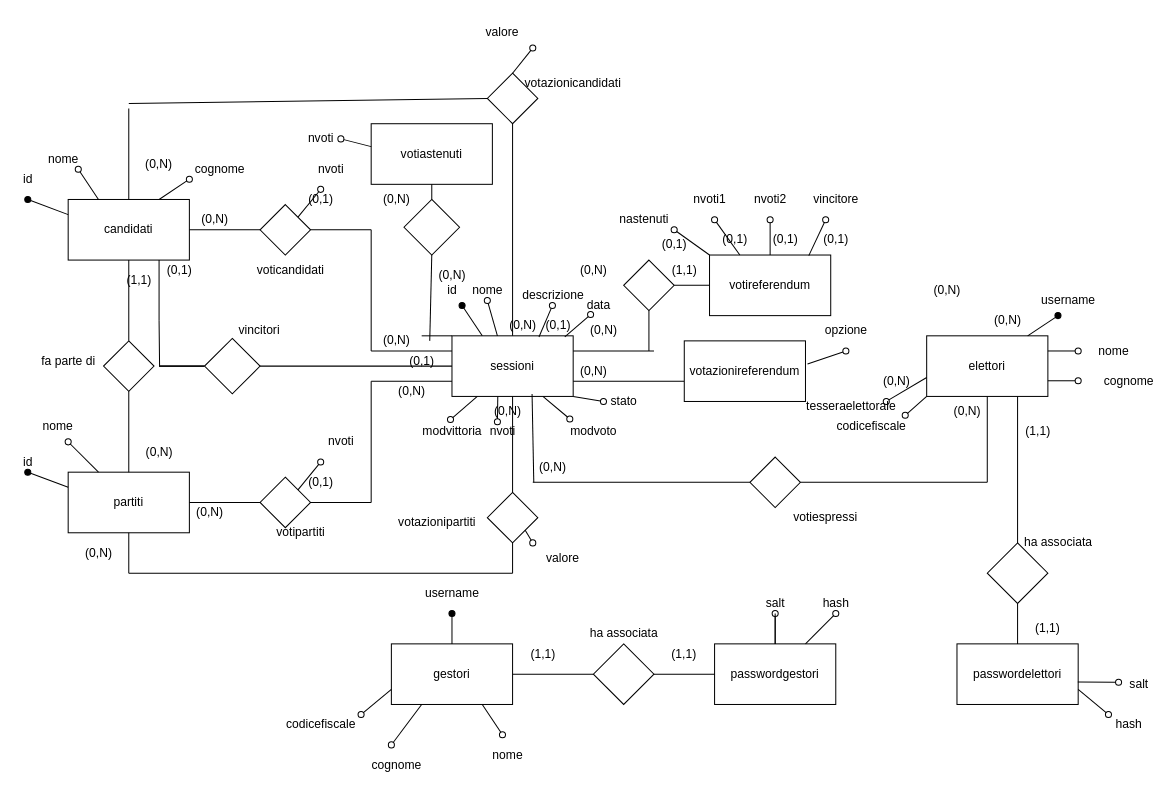
Before: docs/database/Scherma ER.drawio in gbrsni/votoElettronico, a draw.io diagram. Source tidied: cells renumbered, new cells numbered last; positions are measured from the earlier drawing's top-left corner, leaving out a move shared by most shapes. Both pictures are drawn from the tidied source at 101%, with x=0, y=0 at pixel (17, 17).
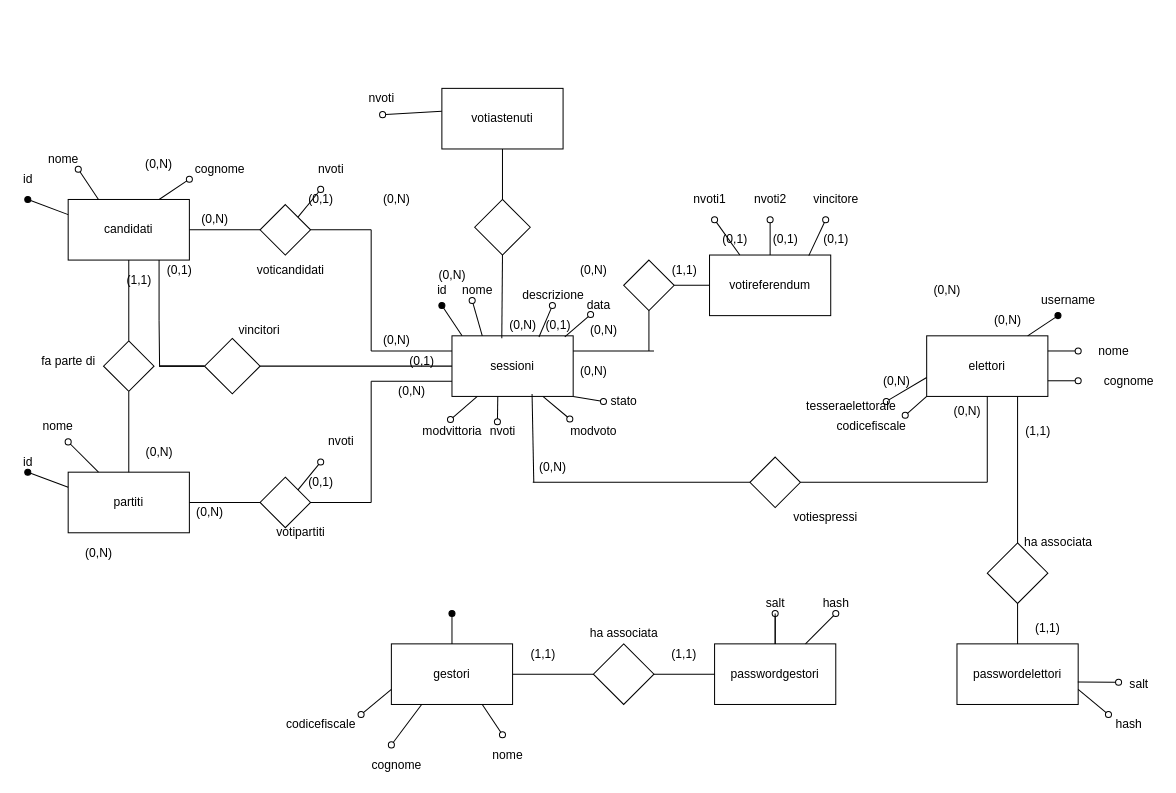
The same page after the edit.

Commit message:
rimozione tabelle votazioni

The change refers to these unchanged cells:
```xml
<mxCell id="2" value="candidati" style="rounded=0;whiteSpace=wrap;html=1;" parent="1" vertex="1">
  <mxGeometry x="50" y="180" width="120" height="60" as="geometry" />
</mxCell>
<mxCell id="3" value="partiti" style="rounded=0;whiteSpace=wrap;html=1;" parent="1" vertex="1">
  <mxGeometry x="50" y="450" width="120" height="60" as="geometry" />
</mxCell>
<mxCell id="23" value="sessioni" style="rounded=0;whiteSpace=wrap;html=1;" parent="1" vertex="1">
  <mxGeometry x="430" y="315" width="120" height="60" as="geometry" />
</mxCell>
<mxCell id="41" value="votireferendum" style="rounded=0;whiteSpace=wrap;html=1;" parent="1" vertex="1">
  <mxGeometry x="685" y="235" width="120" height="60" as="geometry" />
</mxCell>
<mxCell id="57" value="(0,N)" style="text;html=1;align=center;verticalAlign=middle;points=[];strokeColor=none;fillColor=none;" parent="1" vertex="1">
  <mxGeometry x="480" y="295" width="40" height="20" as="geometry" />
</mxCell>
```

What changed in the source:
```diff
@@
-    <mxCell id="31" style="rhombus;whiteSpace=wrap;html=1;" parent="1" vertex="1">
-      <mxGeometry x="465" y="470" width="50" height="50" as="geometry" />
-    </mxCell>
-    <mxCell id="32" style="endArrow=none;html=1;rounded=0;entryX=0.5;entryY=1;entryDx=0;entryDy=0;" parent="1" edge="1" target="3">
-      <mxGeometry relative="1" as="geometry">
-        <mxPoint x="110" y="550" as="sourcePoint" />
-      </mxGeometry>
-    </mxCell>
-    <mxCell id="33" style="endArrow=none;html=1;rounded=0;" parent="1" edge="1">
-      <mxGeometry relative="1" as="geometry">
-        <mxPoint x="110" y="550" as="sourcePoint" />
-        <mxPoint x="490" y="550" as="targetPoint" />
-      </mxGeometry>
-    </mxCell>
-    <mxCell id="34" value="votazionipartiti" style="text;html=1;align=center;verticalAlign=middle;strokeColor=none;fillColor=none;" parent="1" vertex="1">
-      <mxGeometry x="370" y="490" width="90" height="20" as="geometry" />
-    </mxCell>
-    <mxCell id="35" style="rhombus;whiteSpace=wrap;html=1;" parent="1" vertex="1">
-      <mxGeometry x="465" y="55" width="50" height="50" as="geometry" />
-    </mxCell>
-    <mxCell id="36" style="endArrow=none;html=1;rounded=0;entryX=0.5;entryY=0;entryDx=0;entryDy=0;exitX=0.5;exitY=1;exitDx=0;exitDy=0;" parent="1" edge="1" source="35" target="23">
-      <mxGeometry relative="1" as="geometry" />
-    </mxCell>
-    <mxCell id="37" style="endArrow=none;html=1;rounded=0;entryX=0.5;entryY=1;entryDx=0;entryDy=0;" parent="1" edge="1" target="23">
-      <mxGeometry relative="1" as="geometry">
-        <mxPoint x="490" y="470" as="sourcePoint" />
-      </mxGeometry>
-    </mxCell>
-    <mxCell id="38" style="endArrow=none;html=1;rounded=0;exitX=0.5;exitY=0;exitDx=0;exitDy=0;" parent="1" edge="1" source="2">
-      <mxGeometry relative="1" as="geometry">
-        <mxPoint x="110" y="90" as="targetPoint" />
-      </mxGeometry>
-    </mxCell>
-    <mxCell id="39" style="endArrow=none;html=1;rounded=0;entryX=0.5;entryY=0;entryDx=0;entryDy=0;endFill=0;startArrow=oval;startFill=0;" parent="1" edge="1" target="35">
-      <mxGeometry relative="1" as="geometry">
-        <mxPoint x="510" y="30" as="sourcePoint" />
-      </mxGeometry>
-    </mxCell>
-    <mxCell id="40" value="valore" style="text;html=1;strokeColor=none;fillColor=none;align=center;verticalAlign=middle;whiteSpace=wrap;rounded=0;" parent="1" vertex="1">
-      <mxGeometry x="450" width="60" height="30" as="geometry" />
-    </mxCell>
@@
-    <mxCell id="86" value="username" style="text;html=1;align=center;verticalAlign=middle;strokeColor=none;fillColor=none;" parent="1" vertex="1">
-      <mxGeometry x="395" y="560" width="70" height="20" as="geometry" />
-    </mxCell>
@@
-    <mxCell id="102" style="endArrow=none;html=1;rounded=0;entryX=0;entryY=0.5;entryDx=0;entryDy=0;" parent="1" edge="1" target="35">
-      <mxGeometry relative="1" as="geometry">
-        <mxPoint x="110" y="85" as="sourcePoint" />
-      </mxGeometry>
-    </mxCell>
     <mxCell id="103" value="id" style="text;html=1;align=center;verticalAlign=middle;strokeColor=none;fillColor=none;" parent="1" vertex="1">
-      <mxGeometry x="420" y="260" width="20" height="20" as="geometry" />
+      <mxGeometry x="410" y="260" width="20" height="20" as="geometry" />
     </mxCell>
     <mxCell id="104" value="nome" style="text;html=1;align=center;verticalAlign=middle;strokeColor=none;fillColor=none;" parent="1" vertex="1">
-      <mxGeometry x="440" y="260" width="50" height="20" as="geometry" />
+      <mxGeometry x="430" y="260" width="50" height="20" as="geometry" />
     </mxCell>
@@
     <mxCell id="126" style="endArrow=oval;html=1;rounded=0;exitX=0.25;exitY=0;exitDx=0;exitDy=0;endFill=1;" parent="1" edge="1">
       <mxGeometry relative="1" as="geometry">
-        <mxPoint x="460" y="315" as="sourcePoint" />
-        <mxPoint x="440" y="285" as="targetPoint" />
+        <mxPoint x="440" y="315" as="sourcePoint" />
+        <mxPoint x="420" y="285" as="targetPoint" />
       </mxGeometry>
     </mxCell>
     <mxCell id="127" style="endArrow=oval;html=1;rounded=0;exitX=0.5;exitY=0;exitDx=0;exitDy=0;endFill=0;" parent="1" edge="1">
       <mxGeometry relative="1" as="geometry">
-        <mxPoint x="475" y="315" as="sourcePoint" />
-        <mxPoint x="465" y="280" as="targetPoint" />
+        <mxPoint x="460" y="315" as="sourcePoint" />
+        <mxPoint x="450" y="280" as="targetPoint" />
       </mxGeometry>
     </mxCell>
@@
-    <mxCell id="142" value="valore" style="text;html=1;strokeColor=none;fillColor=none;align=center;verticalAlign=middle;whiteSpace=wrap;rounded=0;" parent="1" vertex="1">
-      <mxGeometry x="510" y="520" width="60" height="30" as="geometry" />
-    </mxCell>
-    <mxCell id="143" style="endArrow=oval;html=1;rounded=0;exitX=0;exitY=0;exitDx=0;exitDy=0;startArrow=none;startFill=0;endFill=0;" parent="1" edge="1" source="41">
-      <mxGeometry relative="1" as="geometry">
-        <mxPoint x="650" y="210" as="targetPoint" />
-      </mxGeometry>
-    </mxCell>
-    <mxCell id="144" value="nastenuti&lt;br&gt;" style="text;html=1;align=center;verticalAlign=middle;strokeColor=none;fillColor=none;" parent="1" vertex="1">
-      <mxGeometry x="590" y="190" width="60" height="20" as="geometry" />
-    </mxCell>
-    <mxCell id="145" value="(0,1)" style="text;html=1;align=center;verticalAlign=middle;strokeColor=none;fillColor=none;" parent="1" vertex="1">
-      <mxGeometry x="630" y="215" width="40" height="20" as="geometry" />
-    </mxCell>
     <mxCell id="146" value="votiastenuti" style="rounded=0;whiteSpace=wrap;html=1;" parent="1" vertex="1">
-      <mxGeometry x="350" y="105" width="120" height="60" as="geometry" />
+      <mxGeometry x="420" y="70" width="120" height="60" as="geometry" />
     </mxCell>
     <mxCell id="147" style="rhombus;whiteSpace=wrap;html=1;" parent="1" vertex="1">
-      <mxGeometry x="382.5" y="180" width="55" height="55" as="geometry" />
+      <mxGeometry x="452.5" y="180" width="55" height="55" as="geometry" />
     </mxCell>
-    <mxCell id="148" style="endArrow=none;html=1;rounded=0;exitX=0;exitY=0;exitDx=0;exitDy=0;" parent="1" edge="1" source="23">
-      <mxGeometry relative="1" as="geometry">
-        <mxPoint x="400" y="315" as="targetPoint" />
-      </mxGeometry>
-    </mxCell>
-    <mxCell id="149" style="endArrow=none;html=1;rounded=0;entryX=0.5;entryY=1;entryDx=0;entryDy=0;" parent="1" edge="1" target="147">
-      <mxGeometry relative="1" as="geometry">
-        <mxPoint x="408" y="320" as="sourcePoint" />
-      </mxGeometry>
+    <mxCell id="149" style="endArrow=none;html=1;rounded=0;entryX=0.5;entryY=1;entryDx=0;entryDy=0;exitX=-0.017;exitY=1.117;exitDx=0;exitDy=0;exitPerimeter=0;" parent="1" edge="1" source="57" target="147">
+      <mxGeometry relative="1" as="geometry" />
     </mxCell>
@@
-    <mxCell id="157" style="endArrow=none;html=1;rounded=0;entryX=0;entryY=0.378;entryDx=0;entryDy=0;entryPerimeter=0;endFill=0;startArrow=oval;startFill=0;" parent="1" edge="1" target="146">
-      <mxGeometry relative="1" as="geometry">
-        <mxPoint x="320" y="120" as="sourcePoint" />
-      </mxGeometry>
+    <mxCell id="157" style="endArrow=none;html=1;rounded=0;entryX=0;entryY=0.378;entryDx=0;entryDy=0;entryPerimeter=0;endFill=0;startArrow=oval;startFill=0;exitX=0.533;exitY=1.3;exitDx=0;exitDy=0;exitPerimeter=0;" parent="1" edge="1" source="158" target="146">
+      <mxGeometry relative="1" as="geometry" />
     </mxCell>
     <mxCell id="158" value="nvoti" style="text;html=1;align=center;verticalAlign=middle;points=[];strokeColor=none;fillColor=none;" parent="1" vertex="1">
-      <mxGeometry x="280" y="110" width="40" height="20" as="geometry" />
+      <mxGeometry x="340" y="70" width="40" height="20" as="geometry" />
     </mxCell>
@@
-    <mxCell id="162" style="endArrow=none;html=1;rounded=0;entryX=0.5;entryY=1;entryDx=0;entryDy=0;" parent="1" edge="1" target="31">
-      <mxGeometry relative="1" as="geometry">
-        <mxPoint x="490" y="550" as="sourcePoint" />
-      </mxGeometry>
-    </mxCell>
-    <mxCell id="163" style="endArrow=none;html=1;rounded=0;entryX=1;entryY=1;entryDx=0;entryDy=0;endFill=0;startArrow=oval;startFill=0;exitX=0;exitY=0;exitDx=0;exitDy=0;" parent="1" edge="1" source="142" target="31">
-      <mxGeometry relative="1" as="geometry" />
-    </mxCell>
-    <mxCell id="164" value="votazionicandidati" style="text;html=1;strokeColor=none;fillColor=none;align=center;verticalAlign=middle;whiteSpace=wrap;rounded=0;" parent="1" vertex="1">
-      <mxGeometry x="520" y="50" width="60" height="30" as="geometry" />
-    </mxCell>
@@
-    <mxCell id="170" style="endArrow=none;html=1;rounded=0;exitX=1;exitY=0.75;exitDx=0;exitDy=0;" parent="1" edge="1" source="23">
-      <mxGeometry relative="1" as="geometry">
-        <mxPoint x="660" y="360" as="targetPoint" />
-      </mxGeometry>
-    </mxCell>
-    <mxCell id="171" value="votazionireferendum" style="rounded=0;whiteSpace=wrap;html=1;" parent="1" vertex="1">
-      <mxGeometry x="660" y="320" width="120" height="60" as="geometry" />
-    </mxCell>
-    <mxCell id="172" style="endArrow=oval;html=1;rounded=0;exitX=1.017;exitY=0.383;exitDx=0;exitDy=0;exitPerimeter=0;endFill=0;" parent="1" edge="1" source="171">
-      <mxGeometry relative="1" as="geometry">
-        <mxPoint x="820" y="330" as="targetPoint" />
-      </mxGeometry>
-    </mxCell>
-    <mxCell id="173" value="opzione" style="text;html=1;align=center;verticalAlign=middle;strokeColor=none;fillColor=none;" parent="1" vertex="1">
-      <mxGeometry x="790" y="300" width="60" height="20" as="geometry" />
-    </mxCell>
-    <mxCell id="174" value="(0,N)" style="text;html=1;align=center;verticalAlign=middle;strokeColor=none;fillColor=none;" parent="1" vertex="1">
-      <mxGeometry x="465" y="380" width="40" height="20" as="geometry" />
-    </mxCell>
```
